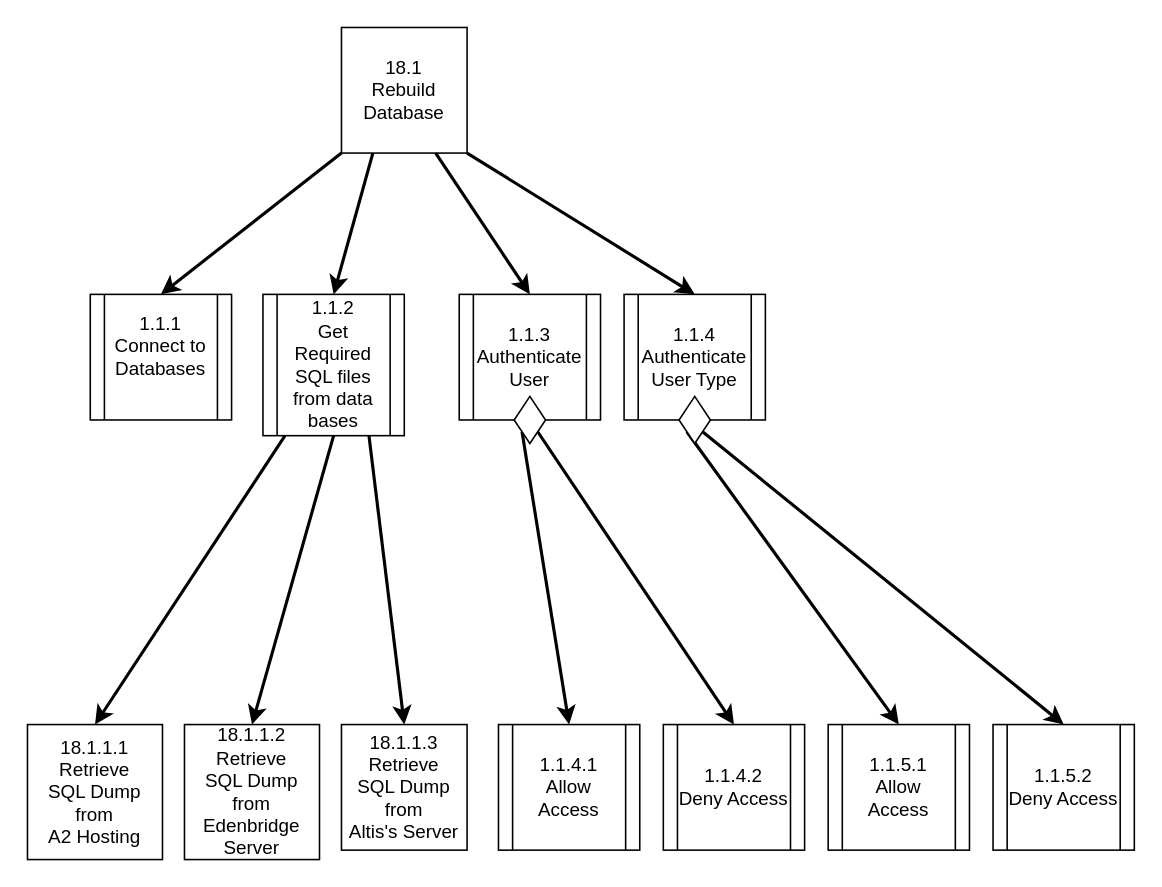
The draw.io diagram page "18.1 Rebuild database" (1 of 2) of Diagrams/StructureCharts/Proc18Recovery.drawio in Harlento/SchedulingSystem, before the edit. Source tidied: cells renumbered, new cells numbered last; positions are measured from the earlier drawing's top-left corner, leaving out a move shared by most shapes. Both pictures are drawn from the tidied source at 157%, with x=0, y=0 at pixel (27, 27).
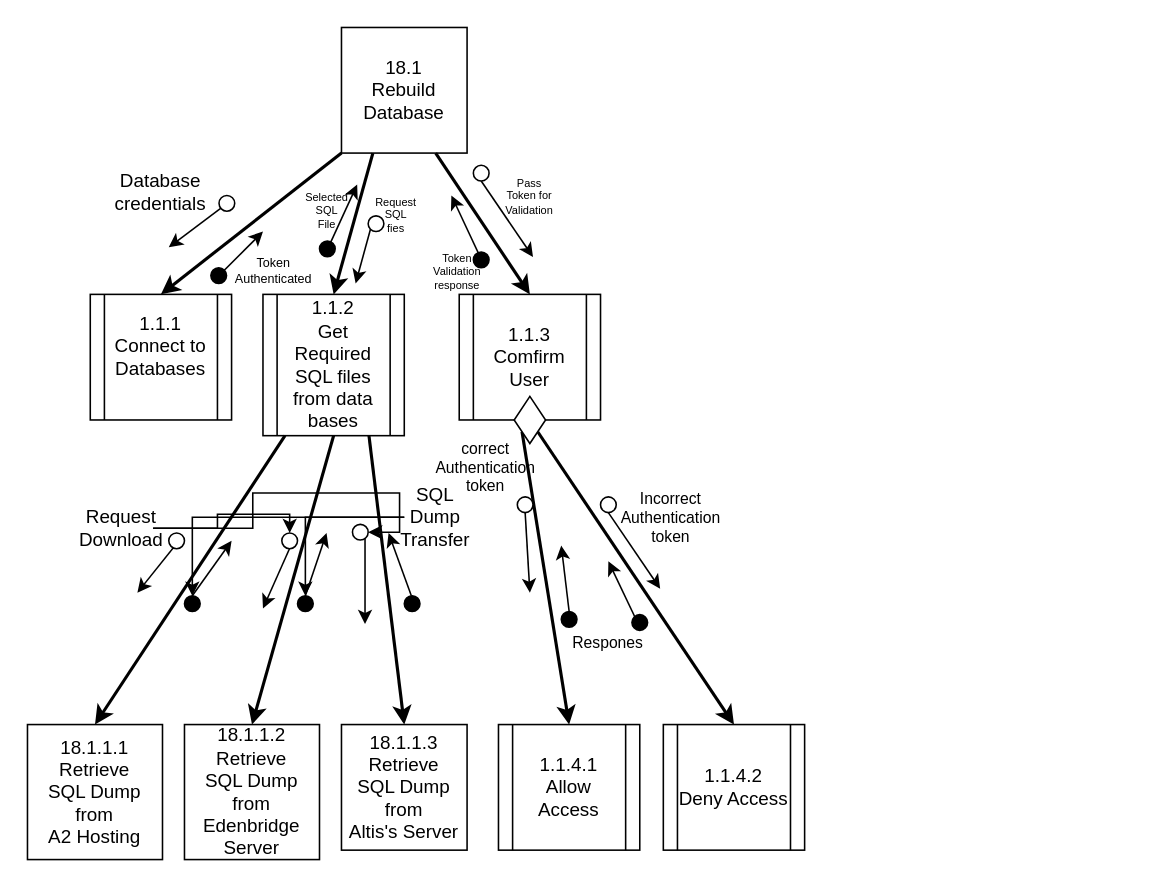
Above is the later version.

Unchanged cells that the change refers to:
```xml
<mxCell id="2" value="&lt;div&gt;18.1 &lt;br&gt;&lt;/div&gt;&lt;div&gt;Rebuild Database&lt;br&gt;&lt;/div&gt;" style="whiteSpace=wrap;html=1;" parent="1" vertex="1">
  <mxGeometry x="200" width="80" height="80" as="geometry" />
</mxCell>
```

The edit, as a diff of the source:
```diff
@@
-    <mxCell id="8" value="&lt;div&gt;&lt;span style=&quot;white-space: normal&quot;&gt;&lt;/span&gt;&lt;span style=&quot;white-space: normal&quot;&gt;&lt;/span&gt;1.1.3&lt;br&gt;&lt;/div&gt;&lt;div&gt;Authenticate User&lt;/div&gt;" style="shape=process;whiteSpace=wrap;html=1;backgroundOutline=1;" parent="1" vertex="1">
+    <mxCell id="8" value="&lt;div&gt;&lt;span style=&quot;white-space: normal&quot;&gt;&lt;/span&gt;&lt;span style=&quot;white-space: normal&quot;&gt;&lt;/span&gt;1.1.3&lt;br&gt;&lt;/div&gt;&lt;div&gt;Comfirm User&lt;/div&gt;" style="shape=process;whiteSpace=wrap;html=1;backgroundOutline=1;" parent="1" vertex="1">
       <mxGeometry x="275" y="170" width="90" height="80" as="geometry" />
     </mxCell>
@@
-    <mxCell id="13" style="endArrow=classic;html=1;exitX=0;exitY=1;exitDx=0;exitDy=0;strokeWidth=2;entryX=0.5;entryY=0;entryDx=0;entryDy=0;" parent="1" edge="1" source="16" target="17">
-      <mxGeometry relative="1" as="geometry" />
-    </mxCell>
-    <mxCell id="14" style="endArrow=classic;html=1;strokeWidth=2;exitX=1;exitY=1;exitDx=0;exitDy=0;entryX=0.5;entryY=0;entryDx=0;entryDy=0;" parent="1" edge="1" source="16" target="18">
-      <mxGeometry relative="1" as="geometry" />
-    </mxCell>
-    <mxCell id="15" value="&lt;div&gt;1.1.4&lt;br&gt;&lt;/div&gt;&lt;div&gt;Authenticate User Type&lt;/div&gt;" style="shape=process;whiteSpace=wrap;html=1;backgroundOutline=1;" parent="1" vertex="1">
-      <mxGeometry x="380" y="170" width="90" height="80" as="geometry" />
-    </mxCell>
-    <mxCell id="16" style="rhombus;whiteSpace=wrap;html=1;fillColor=#FFFFFF;" parent="1" vertex="1">
-      <mxGeometry x="415" y="235" width="20" height="30" as="geometry" />
-    </mxCell>
-    <mxCell id="17" value="&lt;div&gt;1.1.5.1&lt;br&gt;&lt;/div&gt;&lt;div&gt;Allow Access&lt;/div&gt;" style="shape=process;whiteSpace=wrap;html=1;backgroundOutline=1;" parent="1" vertex="1">
-      <mxGeometry x="510" y="444" width="90" height="80" as="geometry" />
-    </mxCell>
-    <mxCell id="18" value="&lt;div&gt;1.1.5.2&lt;br&gt;&lt;/div&gt;&lt;div&gt;Deny Access&lt;/div&gt;" style="shape=process;whiteSpace=wrap;html=1;backgroundOutline=1;" parent="1" vertex="1">
-      <mxGeometry x="615" y="444" width="90" height="80" as="geometry" />
-    </mxCell>
@@
-    <mxCell id="22" style="endArrow=classic;html=1;exitX=1;exitY=1;exitDx=0;exitDy=0;entryX=0.5;entryY=0;entryDx=0;entryDy=0;strokeWidth=2;" parent="1" edge="1" source="2" target="15">
-      <mxGeometry relative="1" as="geometry" />
-    </mxCell>
@@
+    <mxCell id="29" style="endArrow=classic;html=1;" parent="1" edge="1">
+      <mxGeometry relative="1" as="geometry">
+        <mxPoint x="130" y="110" as="sourcePoint" />
+        <mxPoint x="90" y="140" as="targetPoint" />
+      </mxGeometry>
+    </mxCell>
+    <mxCell id="30" style="ellipse;whiteSpace=wrap;html=1;" parent="1" vertex="1">
+      <mxGeometry x="122" y="107" width="10" height="10" as="geometry" />
+    </mxCell>
+    <mxCell id="31" style="edgeStyle=orthogonalEdgeStyle;rounded=0;jettySize=auto;html=1;entryX=0.5;entryY=0;entryDx=0;entryDy=0;" parent="1" edge="1" source="33" target="47">
+      <mxGeometry relative="1" as="geometry" />
+    </mxCell>
+    <mxCell id="32" style="edgeStyle=orthogonalEdgeStyle;rounded=0;jettySize=auto;html=1;entryX=0.5;entryY=0;entryDx=0;entryDy=0;" parent="1" edge="1" source="33" target="49">
+      <mxGeometry relative="1" as="geometry" />
+    </mxCell>
+    <mxCell id="33" value="&lt;div&gt;SQL Dump &lt;br&gt;&lt;/div&gt;&lt;div&gt;Transfer&lt;br&gt;&lt;/div&gt;" style="text;html=1;strokeColor=none;fillColor=none;align=center;verticalAlign=middle;whiteSpace=wrap;rounded=0;" parent="1" vertex="1">
+      <mxGeometry x="240" y="302" width="40" height="20" as="geometry" />
+    </mxCell>
+    <mxCell id="34" value="Database credentials" style="text;html=1;strokeColor=none;fillColor=none;align=center;verticalAlign=middle;whiteSpace=wrap;rounded=0;" parent="1" vertex="1">
+      <mxGeometry x="65" y="95" width="40" height="20" as="geometry" />
+    </mxCell>
+    <mxCell id="35" style="endArrow=classic;html=1;" parent="1" edge="1">
+      <mxGeometry relative="1" as="geometry">
+        <mxPoint x="98" y="325" as="sourcePoint" />
+        <mxPoint x="70" y="360" as="targetPoint" />
+      </mxGeometry>
+    </mxCell>
+    <mxCell id="36" style="ellipse;whiteSpace=wrap;html=1;" parent="1" vertex="1">
+      <mxGeometry x="90" y="322" width="10" height="10" as="geometry" />
+    </mxCell>
+    <mxCell id="37" style="edgeStyle=orthogonalEdgeStyle;rounded=0;jettySize=auto;html=1;entryX=0.5;entryY=0;entryDx=0;entryDy=0;" parent="1" edge="1" source="39" target="41">
+      <mxGeometry relative="1" as="geometry">
+        <Array as="points">
+          <mxPoint x="121" y="319" />
+          <mxPoint x="121" y="310" />
+          <mxPoint x="167" y="310" />
+        </Array>
+      </mxGeometry>
+    </mxCell>
+    <mxCell id="38" style="edgeStyle=orthogonalEdgeStyle;rounded=0;jettySize=auto;html=1;entryX=1;entryY=0.5;entryDx=0;entryDy=0;" parent="1" edge="1" source="39" target="43">
+      <mxGeometry relative="1" as="geometry" />
+    </mxCell>
+    <mxCell id="39" value="Request Download" style="text;html=1;strokeColor=none;fillColor=none;align=center;verticalAlign=middle;whiteSpace=wrap;rounded=0;" parent="1" vertex="1">
+      <mxGeometry x="40" y="309" width="40" height="20" as="geometry" />
+    </mxCell>
+    <mxCell id="40" style="endArrow=classic;html=1;" parent="1" edge="1">
+      <mxGeometry relative="1" as="geometry">
+        <mxPoint x="170" y="325" as="sourcePoint" />
+        <mxPoint x="150" y="370" as="targetPoint" />
+      </mxGeometry>
+    </mxCell>
+    <mxCell id="41" style="ellipse;whiteSpace=wrap;html=1;" parent="1" vertex="1">
+      <mxGeometry x="162" y="322" width="10" height="10" as="geometry" />
+    </mxCell>
+    <mxCell id="42" style="endArrow=classic;html=1;" parent="1" edge="1">
+      <mxGeometry relative="1" as="geometry">
+        <mxPoint x="215" y="319.5" as="sourcePoint" />
+        <mxPoint x="215" y="380" as="targetPoint" />
+      </mxGeometry>
+    </mxCell>
+    <mxCell id="43" style="ellipse;whiteSpace=wrap;html=1;" parent="1" vertex="1">
+      <mxGeometry x="207" y="316.5" width="10" height="10" as="geometry" />
+    </mxCell>
+    <mxCell id="44" style="endArrow=classic;html=1;" parent="1" edge="1">
+      <mxGeometry relative="1" as="geometry">
+        <mxPoint x="244.5" y="362" as="sourcePoint" />
+        <mxPoint x="230" y="322" as="targetPoint" />
+      </mxGeometry>
+    </mxCell>
+    <mxCell id="45" style="ellipse;whiteSpace=wrap;html=1;fillColor=#000000;" parent="1" vertex="1">
+      <mxGeometry x="240" y="362" width="10" height="10" as="geometry" />
+    </mxCell>
+    <mxCell id="46" style="endArrow=classic;html=1;exitX=0.5;exitY=0;exitDx=0;exitDy=0;" parent="1" edge="1" source="47">
+      <mxGeometry relative="1" as="geometry">
+        <mxPoint x="190.5" y="322" as="targetPoint" />
+      </mxGeometry>
+    </mxCell>
+    <mxCell id="47" style="ellipse;whiteSpace=wrap;html=1;fillColor=#000000;" parent="1" vertex="1">
+      <mxGeometry x="172" y="362" width="10" height="10" as="geometry" />
+    </mxCell>
+    <mxCell id="48" style="endArrow=classic;html=1;exitX=0.5;exitY=0;exitDx=0;exitDy=0;" parent="1" edge="1" source="49">
+      <mxGeometry relative="1" as="geometry">
+        <mxPoint x="130" y="327" as="targetPoint" />
+      </mxGeometry>
+    </mxCell>
+    <mxCell id="49" style="ellipse;whiteSpace=wrap;html=1;fillColor=#000000;" parent="1" vertex="1">
+      <mxGeometry x="100" y="362" width="10" height="10" as="geometry" />
+    </mxCell>
+    <mxCell id="50" style="endArrow=classic;html=1;" parent="1" edge="1">
+      <mxGeometry relative="1" as="geometry">
+        <mxPoint x="122" y="158" as="sourcePoint" />
+        <mxPoint x="150" y="130" as="targetPoint" />
+      </mxGeometry>
+    </mxCell>
+    <mxCell id="51" style="ellipse;whiteSpace=wrap;html=1;fillColor=#000000;" parent="1" vertex="1">
+      <mxGeometry x="116.8" y="153" width="10" height="10" as="geometry" />
+    </mxCell>
+    <mxCell id="52" value="&lt;div style=&quot;font-size: 8px;&quot;&gt;Token &lt;br style=&quot;font-size: 8px;&quot;&gt;&lt;/div&gt;&lt;div style=&quot;font-size: 8px;&quot;&gt;Authenticated&lt;br style=&quot;font-size: 8px;&quot;&gt;&lt;/div&gt;" style="text;html=1;strokeColor=none;fillColor=none;align=center;verticalAlign=middle;whiteSpace=wrap;rounded=0;fontSize=8;" parent="1" vertex="1">
+      <mxGeometry x="142" y="146" width="30" height="17" as="geometry" />
+    </mxCell>
+    <mxCell id="53" style="endArrow=classic;html=1;exitX=0.5;exitY=1;exitDx=0;exitDy=0;" parent="1" edge="1" source="54">
+      <mxGeometry relative="1" as="geometry">
+        <mxPoint x="320" y="360" as="targetPoint" />
+      </mxGeometry>
+    </mxCell>
+    <mxCell id="54" style="ellipse;whiteSpace=wrap;html=1;" parent="1" vertex="1">
+      <mxGeometry x="312" y="299" width="10" height="10" as="geometry" />
+    </mxCell>
+    <mxCell id="55" value="&lt;div style=&quot;font-size: 10px;&quot;&gt;Incorrect&lt;/div&gt;&lt;div style=&quot;font-size: 10px;&quot;&gt;Authentication token&lt;br style=&quot;font-size: 10px;&quot;&gt; &lt;/div&gt;" style="text;html=1;strokeColor=none;fillColor=none;align=center;verticalAlign=middle;whiteSpace=wrap;rounded=0;fontSize=10;" parent="1" vertex="1">
+      <mxGeometry x="390" y="302" width="40" height="20" as="geometry" />
+    </mxCell>
+    <mxCell id="56" style="endArrow=classic;html=1;exitX=0.5;exitY=1;exitDx=0;exitDy=0;" parent="1" edge="1" source="57">
+      <mxGeometry relative="1" as="geometry">
+        <mxPoint x="403" y="357.5" as="targetPoint" />
+      </mxGeometry>
+    </mxCell>
+    <mxCell id="57" style="ellipse;whiteSpace=wrap;html=1;" parent="1" vertex="1">
+      <mxGeometry x="365" y="299" width="10" height="10" as="geometry" />
+    </mxCell>
+    <mxCell id="58" value="&lt;div style=&quot;font-size: 10px;&quot;&gt;correct&lt;/div&gt;&lt;div style=&quot;font-size: 10px;&quot;&gt;Authentication token&lt;br style=&quot;font-size: 10px;&quot;&gt; &lt;/div&gt;" style="text;html=1;strokeColor=none;fillColor=none;align=center;verticalAlign=middle;whiteSpace=wrap;rounded=0;fontSize=10;" parent="1" vertex="1">
+      <mxGeometry x="272" y="270" width="40" height="20" as="geometry" />
+    </mxCell>
+    <mxCell id="59" style="endArrow=classic;html=1;exitX=0;exitY=1;exitDx=0;exitDy=0;" parent="1" edge="1" source="61">
+      <mxGeometry relative="1" as="geometry">
+        <mxPoint x="209" y="163" as="targetPoint" />
+      </mxGeometry>
+    </mxCell>
+    <mxCell id="60" value="&lt;div style=&quot;font-size: 7px;&quot;&gt;Request&lt;/div&gt;&lt;div style=&quot;font-size: 7px;&quot;&gt;SQL&lt;/div&gt;&lt;div style=&quot;font-size: 7px;&quot;&gt;fies&lt;br style=&quot;font-size: 7px;&quot;&gt;&lt;/div&gt;&lt;div style=&quot;font-size: 7px;&quot;&gt;&lt;br style=&quot;font-size: 7px;&quot;&gt;&lt;/div&gt;" style="text;html=1;strokeColor=none;fillColor=none;align=center;verticalAlign=middle;whiteSpace=wrap;rounded=0;fontSize=7;" parent="1" vertex="1">
+      <mxGeometry x="215" y="114" width="40" height="20" as="geometry" />
+    </mxCell>
+    <mxCell id="61" style="ellipse;whiteSpace=wrap;html=1;" parent="1" vertex="1">
+      <mxGeometry x="217" y="120" width="10" height="10" as="geometry" />
+    </mxCell>
+    <mxCell id="62" style="endArrow=classic;html=1;" parent="1" edge="1">
+      <mxGeometry relative="1" as="geometry">
+        <mxPoint x="191.2" y="141" as="sourcePoint" />
+        <mxPoint x="210" y="100" as="targetPoint" />
+      </mxGeometry>
+    </mxCell>
+    <mxCell id="63" style="ellipse;whiteSpace=wrap;html=1;fillColor=#000000;" parent="1" vertex="1">
+      <mxGeometry x="186" y="136" width="10" height="10" as="geometry" />
+    </mxCell>
+    <mxCell id="64" value="&lt;div style=&quot;font-size: 7px;&quot;&gt;Selected &lt;br style=&quot;font-size: 7px;&quot;&gt;&lt;/div&gt;&lt;div style=&quot;font-size: 7px;&quot;&gt;SQL&lt;/div&gt;&lt;div style=&quot;font-size: 7px;&quot;&gt;File&lt;br style=&quot;font-size: 7px;&quot;&gt;&lt;/div&gt;" style="text;html=1;strokeColor=none;fillColor=none;align=center;verticalAlign=middle;whiteSpace=wrap;rounded=0;fontSize=7;" parent="1" vertex="1">
+      <mxGeometry x="171" y="107" width="40" height="20" as="geometry" />
+    </mxCell>
+    <mxCell id="65" style="endArrow=classic;html=1;exitX=0.5;exitY=0;exitDx=0;exitDy=0;" parent="1" edge="1" source="66">
+      <mxGeometry relative="1" as="geometry">
+        <mxPoint x="340" y="330" as="targetPoint" />
+      </mxGeometry>
+    </mxCell>
+    <mxCell id="66" style="ellipse;whiteSpace=wrap;html=1;fillColor=#000000;" parent="1" vertex="1">
+      <mxGeometry x="340" y="372" width="10" height="10" as="geometry" />
+    </mxCell>
+    <mxCell id="67" style="endArrow=classic;html=1;" parent="1" edge="1">
+      <mxGeometry relative="1" as="geometry">
+        <mxPoint x="390" y="382" as="sourcePoint" />
+        <mxPoint x="370" y="340" as="targetPoint" />
+      </mxGeometry>
+    </mxCell>
+    <mxCell id="68" style="ellipse;whiteSpace=wrap;html=1;fillColor=#000000;" parent="1" vertex="1">
+      <mxGeometry x="385" y="374" width="10" height="10" as="geometry" />
+    </mxCell>
+    <mxCell id="69" value="Respones" style="text;html=1;strokeColor=none;fillColor=none;align=center;verticalAlign=middle;whiteSpace=wrap;rounded=0;fontSize=10;" parent="1" vertex="1">
+      <mxGeometry x="350" y="382" width="40" height="20" as="geometry" />
+    </mxCell>
+    <mxCell id="70" style="endArrow=classic;html=1;exitX=0.5;exitY=1;exitDx=0;exitDy=0;" parent="1" edge="1" source="71">
+      <mxGeometry relative="1" as="geometry">
+        <mxPoint x="322" y="146.2" as="targetPoint" />
+      </mxGeometry>
+    </mxCell>
+    <mxCell id="71" style="ellipse;whiteSpace=wrap;html=1;" parent="1" vertex="1">
+      <mxGeometry x="284" y="87.8" width="10" height="10" as="geometry" />
+    </mxCell>
+    <mxCell id="72" value="&lt;div style=&quot;font-size: 7px;&quot;&gt;Pass &lt;br style=&quot;font-size: 7px;&quot;&gt;&lt;/div&gt;&lt;div style=&quot;font-size: 7px;&quot;&gt;Token for &lt;br style=&quot;font-size: 7px;&quot;&gt;&lt;/div&gt;&lt;div style=&quot;font-size: 7px;&quot;&gt;Validation&lt;br style=&quot;font-size: 7px;&quot;&gt;&lt;/div&gt;" style="text;html=1;strokeColor=none;fillColor=none;align=center;verticalAlign=middle;whiteSpace=wrap;rounded=0;fontSize=7;" parent="1" vertex="1">
+      <mxGeometry x="300" y="97.8" width="40" height="20" as="geometry" />
+    </mxCell>
+    <mxCell id="73" style="endArrow=classic;html=1;" parent="1" edge="1">
+      <mxGeometry relative="1" as="geometry">
+        <mxPoint x="289.2" y="148" as="sourcePoint" />
+        <mxPoint x="270" y="107" as="targetPoint" />
+      </mxGeometry>
+    </mxCell>
+    <mxCell id="74" style="ellipse;whiteSpace=wrap;html=1;fillColor=#000000;" parent="1" vertex="1">
+      <mxGeometry x="284" y="143" width="10" height="10" as="geometry" />
+    </mxCell>
+    <mxCell id="75" value="&lt;div style=&quot;font-size: 7px;&quot;&gt;Token Validation response&lt;/div&gt;&lt;div style=&quot;font-size: 7px;&quot;&gt;&lt;br style=&quot;font-size: 7px;&quot;&gt;&lt;/div&gt;" style="text;html=1;strokeColor=none;fillColor=none;align=center;verticalAlign=middle;whiteSpace=wrap;rounded=0;fontSize=7;" parent="1" vertex="1">
+      <mxGeometry x="254" y="150" width="40" height="20" as="geometry" />
+    </mxCell>
```
